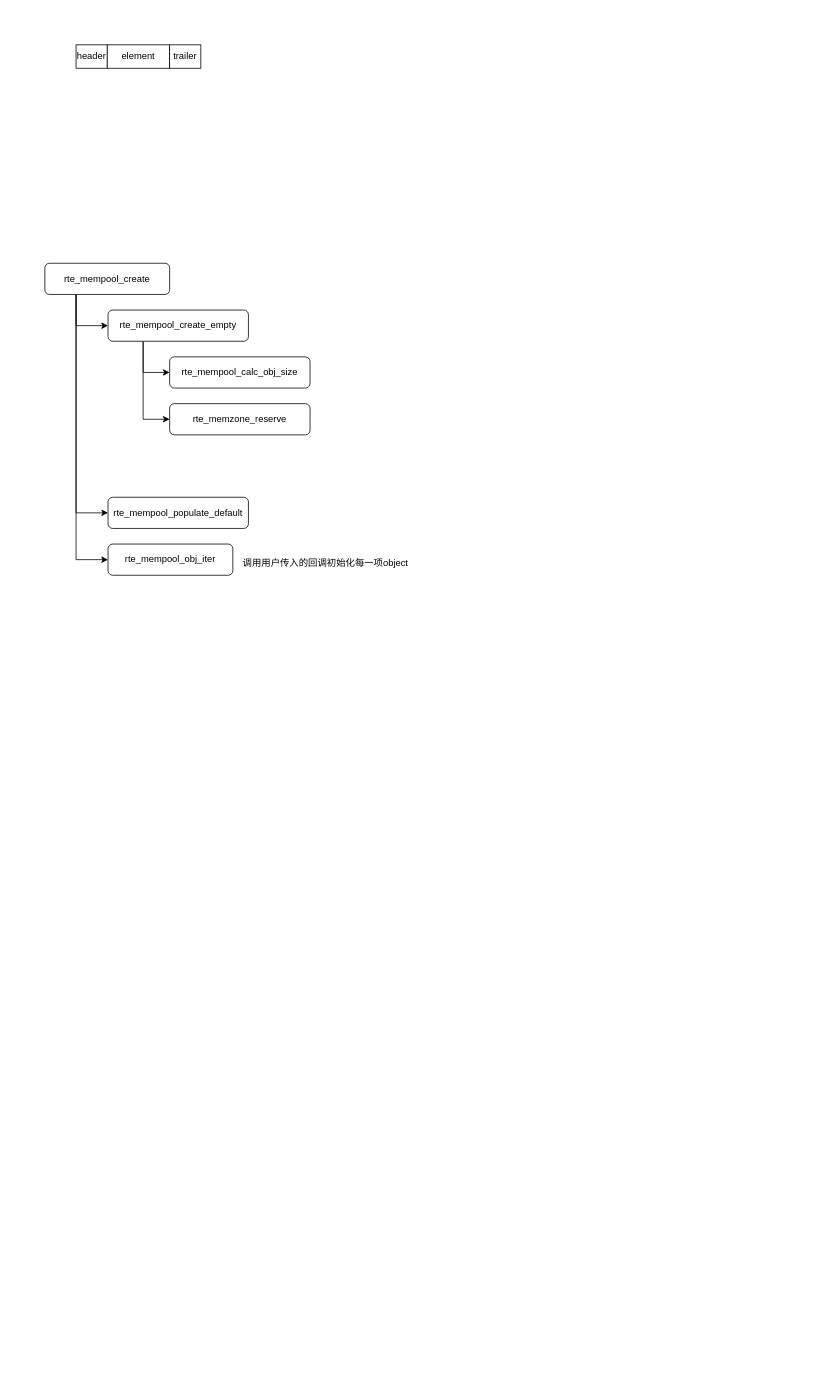
The draw.io diagram page "mempool" (2 of 3) of dpdk.drawio in Aspiresky/draw.io, before the edit. Source tidied: cells renumbered, new cells numbered last; positions are measured from the earlier drawing's top-left corner, leaving out a move shared by most shapes. Both pictures are drawn from the tidied source at 78%, with x=0, y=0 at pixel (44, 44).
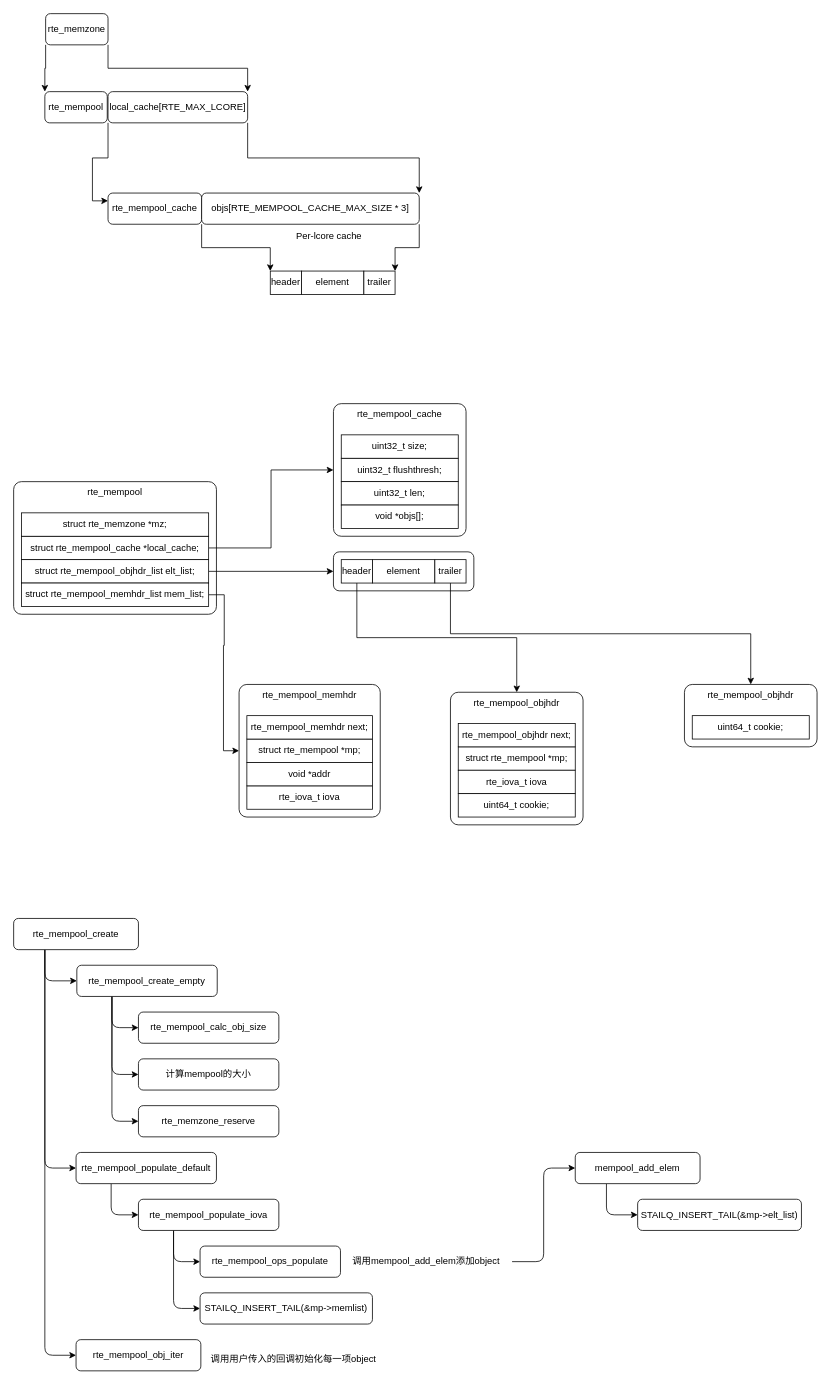
After the change.

Change to the diagram source:
```diff
@@
     <mxCell id="2" value="header" style="rounded=0;whiteSpace=wrap;html=1;" parent="1" vertex="1">
-      <mxGeometry x="40" width="40" height="30" as="geometry" />
+      <mxGeometry x="289" y="290" width="40" height="30" as="geometry" />
     </mxCell>
     <mxCell id="3" value="element" style="rounded=0;whiteSpace=wrap;html=1;" parent="1" vertex="1">
-      <mxGeometry x="80" width="80" height="30" as="geometry" />
+      <mxGeometry x="329" y="290" width="80" height="30" as="geometry" />
     </mxCell>
     <mxCell id="4" value="trailer" style="rounded=0;whiteSpace=wrap;html=1;" parent="1" vertex="1">
-      <mxGeometry x="160" width="40" height="30" as="geometry" />
+      <mxGeometry x="409" y="290" width="40" height="30" as="geometry" />
     </mxCell>
-    <mxCell id="5" style="edgeStyle=orthogonalEdgeStyle;rounded=0;jettySize=auto;html=1;exitX=0.25;exitY=1;exitDx=0;exitDy=0;entryX=0;entryY=0.5;entryDx=0;entryDy=0;" parent="1" edge="1" source="8" target="11">
+    <mxCell id="5" style="edgeStyle=orthogonalEdgeStyle;rounded=1;jettySize=auto;html=1;exitX=0.25;exitY=1;exitDx=0;exitDy=0;entryX=0;entryY=0.5;entryDx=0;entryDy=0;curved=0;" parent="1" edge="1" source="8" target="11">
       <mxGeometry relative="1" as="geometry" />
     </mxCell>
-    <mxCell id="6" style="edgeStyle=orthogonalEdgeStyle;rounded=0;jettySize=auto;html=1;exitX=0.25;exitY=1;exitDx=0;exitDy=0;entryX=0;entryY=0.5;entryDx=0;entryDy=0;" parent="1" edge="1" source="8" target="12">
+    <mxCell id="6" style="edgeStyle=orthogonalEdgeStyle;rounded=1;jettySize=auto;html=1;exitX=0.25;exitY=1;exitDx=0;exitDy=0;entryX=0;entryY=0.5;entryDx=0;entryDy=0;curved=0;" parent="1" edge="1" source="8" target="12">
       <mxGeometry relative="1" as="geometry" />
     </mxCell>
-    <mxCell id="7" style="edgeStyle=orthogonalEdgeStyle;rounded=0;jettySize=auto;html=1;exitX=0.25;exitY=1;exitDx=0;exitDy=0;entryX=0;entryY=0.5;entryDx=0;entryDy=0;" parent="1" edge="1" source="8" target="13">
+    <mxCell id="7" style="edgeStyle=orthogonalEdgeStyle;rounded=1;jettySize=auto;html=1;exitX=0.25;exitY=1;exitDx=0;exitDy=0;entryX=0;entryY=0.5;entryDx=0;entryDy=0;curved=0;" parent="1" edge="1" source="8" target="13">
       <mxGeometry relative="1" as="geometry" />
     </mxCell>
     <mxCell id="8" value="rte_mempool_create" style="rounded=1;whiteSpace=wrap;html=1;" parent="1" vertex="1">
-      <mxGeometry y="280" width="160" height="40" as="geometry" />
+      <mxGeometry x="-40" y="1120" width="160" height="40" as="geometry" />
     </mxCell>
-    <mxCell id="9" style="edgeStyle=orthogonalEdgeStyle;rounded=0;jettySize=auto;html=1;exitX=0.25;exitY=1;exitDx=0;exitDy=0;entryX=0;entryY=0.5;entryDx=0;entryDy=0;" parent="1" edge="1" source="11" target="14">
+    <mxCell id="9" style="edgeStyle=orthogonalEdgeStyle;rounded=1;jettySize=auto;html=1;exitX=0.25;exitY=1;exitDx=0;exitDy=0;entryX=0;entryY=0.5;entryDx=0;entryDy=0;curved=0;" parent="1" edge="1" source="11" target="14">
       <mxGeometry relative="1" as="geometry" />
     </mxCell>
-    <mxCell id="10" style="edgeStyle=orthogonalEdgeStyle;rounded=0;jettySize=auto;html=1;exitX=0.25;exitY=1;exitDx=0;exitDy=0;entryX=0;entryY=0.5;entryDx=0;entryDy=0;" parent="1" edge="1" source="11" target="15">
+    <mxCell id="10" style="edgeStyle=orthogonalEdgeStyle;rounded=1;jettySize=auto;html=1;exitX=0.25;exitY=1;exitDx=0;exitDy=0;entryX=0;entryY=0.5;entryDx=0;entryDy=0;curved=0;" parent="1" edge="1" source="11" target="15">
       <mxGeometry relative="1" as="geometry" />
     </mxCell>
+    <mxCell id="17" style="edgeStyle=orthogonalEdgeStyle;rounded=1;jettySize=auto;html=1;exitX=0.25;exitY=1;exitDx=0;exitDy=0;entryX=0;entryY=0.5;entryDx=0;entryDy=0;curved=0;" parent="1" edge="1" source="11" target="27">
+      <mxGeometry relative="1" as="geometry" />
+    </mxCell>
     <mxCell id="11" value="rte_mempool_create_empty" style="rounded=1;whiteSpace=wrap;html=1;" parent="1" vertex="1">
-      <mxGeometry x="81" y="340" width="180" height="40" as="geometry" />
+      <mxGeometry x="41" y="1180" width="180" height="40" as="geometry" />
     </mxCell>
+    <mxCell id="18" style="edgeStyle=orthogonalEdgeStyle;rounded=1;jettySize=auto;html=1;exitX=0.25;exitY=1;exitDx=0;exitDy=0;entryX=0;entryY=0.5;entryDx=0;entryDy=0;curved=0;" parent="1" edge="1" source="12" target="30">
+      <mxGeometry relative="1" as="geometry" />
+    </mxCell>
     <mxCell id="12" value="rte_mempool_populate_default" style="rounded=1;whiteSpace=wrap;html=1;" parent="1" vertex="1">
-      <mxGeometry x="81" y="580" width="180" height="40" as="geometry" />
+      <mxGeometry x="40" y="1420" width="180" height="40" as="geometry" />
     </mxCell>
     <mxCell id="13" value="rte_mempool_obj_iter" style="rounded=1;whiteSpace=wrap;html=1;" parent="1" vertex="1">
-      <mxGeometry x="81" y="640" width="160" height="40" as="geometry" />
+      <mxGeometry x="40" y="1660" width="160" height="40" as="geometry" />
     </mxCell>
     <mxCell id="14" value="rte_mempool_calc_obj_size" style="rounded=1;whiteSpace=wrap;html=1;" parent="1" vertex="1">
-      <mxGeometry x="160" y="400" width="180" height="40" as="geometry" />
+      <mxGeometry x="120" y="1240" width="180" height="40" as="geometry" />
     </mxCell>
     <mxCell id="15" value="rte_memzone_reserve" style="rounded=1;whiteSpace=wrap;html=1;" parent="1" vertex="1">
-      <mxGeometry x="160" y="460" width="180" height="40" as="geometry" />
+      <mxGeometry x="120" y="1360" width="180" height="40" as="geometry" />
     </mxCell>
     <mxCell id="16" value="调用用户传入的回调初始化每一项object" style="text;html=1;strokeColor=none;fillColor=none;align=center;verticalAlign=middle;whiteSpace=wrap;rounded=0;" parent="1" vertex="1">
-      <mxGeometry x="250" y="650" width="220" height="30" as="geometry" />
+      <mxGeometry x="209" y="1670" width="220" height="30" as="geometry" />
     </mxCell>
+    <mxCell id="19" value="rte_mempool" style="rounded=1;whiteSpace=wrap;html=1;" parent="1" vertex="1">
+      <mxGeometry y="60" width="80" height="40" as="geometry" />
+    </mxCell>
+    <mxCell id="20" style="edgeStyle=orthogonalEdgeStyle;rounded=0;jettySize=auto;html=1;exitX=0;exitY=1;exitDx=0;exitDy=0;entryX=0;entryY=0.25;entryDx=0;entryDy=0;" parent="1" edge="1" source="22" target="24">
+      <mxGeometry relative="1" as="geometry" />
+    </mxCell>
+    <mxCell id="21" style="edgeStyle=orthogonalEdgeStyle;rounded=0;jettySize=auto;html=1;exitX=1;exitY=1;exitDx=0;exitDy=0;entryX=1;entryY=0;entryDx=0;entryDy=0;" parent="1" edge="1" source="22" target="26">
+      <mxGeometry relative="1" as="geometry" />
+    </mxCell>
+    <mxCell id="22" value="local_cache[RTE_MAX_LCORE]" style="rounded=1;whiteSpace=wrap;html=1;" parent="1" vertex="1">
+      <mxGeometry x="81" y="60" width="179" height="40" as="geometry" />
+    </mxCell>
+    <mxCell id="23" style="edgeStyle=orthogonalEdgeStyle;rounded=0;jettySize=auto;html=1;exitX=1;exitY=1;exitDx=0;exitDy=0;entryX=0;entryY=0;entryDx=0;entryDy=0;" parent="1" edge="1" source="24" target="2">
+      <mxGeometry relative="1" as="geometry" />
+    </mxCell>
+    <mxCell id="24" value="rte_mempool_cache" style="rounded=1;whiteSpace=wrap;html=1;" parent="1" vertex="1">
+      <mxGeometry x="81" y="190" width="120" height="40" as="geometry" />
+    </mxCell>
+    <mxCell id="25" style="edgeStyle=orthogonalEdgeStyle;rounded=0;jettySize=auto;html=1;exitX=1;exitY=1;exitDx=0;exitDy=0;entryX=1;entryY=0;entryDx=0;entryDy=0;" parent="1" edge="1" source="26" target="4">
+      <mxGeometry relative="1" as="geometry" />
+    </mxCell>
+    <mxCell id="26" value="objs[RTE_MEMPOOL_CACHE_MAX_SIZE * 3]" style="rounded=1;whiteSpace=wrap;html=1;" parent="1" vertex="1">
+      <mxGeometry x="201" y="190" width="279" height="40" as="geometry" />
+    </mxCell>
+    <mxCell id="27" value="计算mempool的大小" style="rounded=1;whiteSpace=wrap;html=1;" parent="1" vertex="1">
+      <mxGeometry x="120" y="1300" width="180" height="40" as="geometry" />
+    </mxCell>
+    <mxCell id="28" style="edgeStyle=orthogonalEdgeStyle;rounded=1;jettySize=auto;html=1;exitX=0.25;exitY=1;exitDx=0;exitDy=0;entryX=0;entryY=0.5;entryDx=0;entryDy=0;curved=0;" parent="1" edge="1" source="30" target="31">
+      <mxGeometry relative="1" as="geometry" />
+    </mxCell>
+    <mxCell id="29" style="edgeStyle=orthogonalEdgeStyle;rounded=1;jettySize=auto;html=1;exitX=0.25;exitY=1;exitDx=0;exitDy=0;entryX=0;entryY=0.5;entryDx=0;entryDy=0;curved=0;" parent="1" edge="1" source="30" target="37">
+      <mxGeometry relative="1" as="geometry" />
+    </mxCell>
+    <mxCell id="30" value="rte_mempool_populate_iova" style="rounded=1;whiteSpace=wrap;html=1;" parent="1" vertex="1">
+      <mxGeometry x="120" y="1480" width="180" height="40" as="geometry" />
+    </mxCell>
+    <mxCell id="31" value="rte_mempool_ops_populate" style="rounded=1;whiteSpace=wrap;html=1;" parent="1" vertex="1">
+      <mxGeometry x="199" y="1540" width="180" height="40" as="geometry" />
+    </mxCell>
+    <mxCell id="32" style="edgeStyle=orthogonalEdgeStyle;rounded=1;jettySize=auto;html=1;exitX=1;exitY=0.5;exitDx=0;exitDy=0;entryX=0;entryY=0.5;entryDx=0;entryDy=0;curved=0;" parent="1" edge="1" source="33" target="35">
+      <mxGeometry relative="1" as="geometry" />
+    </mxCell>
+    <mxCell id="33" value="调用mempool_add_elem添加object" style="text;html=1;strokeColor=none;fillColor=none;align=center;verticalAlign=middle;whiteSpace=wrap;rounded=0;" parent="1" vertex="1">
+      <mxGeometry x="379" y="1545" width="220" height="30" as="geometry" />
+    </mxCell>
+    <mxCell id="34" style="edgeStyle=orthogonalEdgeStyle;rounded=1;jettySize=auto;html=1;exitX=0.25;exitY=1;exitDx=0;exitDy=0;entryX=0;entryY=0.5;entryDx=0;entryDy=0;curved=0;" parent="1" edge="1" source="35" target="36">
+      <mxGeometry relative="1" as="geometry" />
+    </mxCell>
+    <mxCell id="35" value="mempool_add_elem" style="rounded=1;whiteSpace=wrap;html=1;" parent="1" vertex="1">
+      <mxGeometry x="680" y="1420" width="160" height="40" as="geometry" />
+    </mxCell>
+    <mxCell id="36" value="STAILQ_INSERT_TAIL(&amp;amp;mp-&amp;gt;elt_list)" style="rounded=1;whiteSpace=wrap;html=1;" parent="1" vertex="1">
+      <mxGeometry x="760" y="1480" width="210" height="40" as="geometry" />
+    </mxCell>
+    <mxCell id="37" value="STAILQ_INSERT_TAIL(&amp;amp;mp-&amp;gt;memlist)" style="rounded=1;whiteSpace=wrap;html=1;" parent="1" vertex="1">
+      <mxGeometry x="199" y="1600" width="221" height="40" as="geometry" />
+    </mxCell>
+    <mxCell id="38" value="Per-lcore cache" style="text;html=1;align=center;verticalAlign=middle;strokeColor=none;fillColor=none;" parent="1" vertex="1">
+      <mxGeometry x="309" y="230" width="110" height="30" as="geometry" />
+    </mxCell>
+    <mxCell id="39" value="rte_mempool" style="rounded=1;whiteSpace=wrap;html=1;verticalAlign=top;absoluteArcSize=1;" parent="1" vertex="1">
+      <mxGeometry x="-40" y="560" width="260" height="170" as="geometry" />
+    </mxCell>
+    <mxCell id="40" style="edgeStyle=orthogonalEdgeStyle;rounded=0;jettySize=auto;html=1;exitX=0;exitY=1;exitDx=0;exitDy=0;entryX=0;entryY=0;entryDx=0;entryDy=0;" parent="1" edge="1" source="42" target="19">
+      <mxGeometry relative="1" as="geometry" />
+    </mxCell>
+    <mxCell id="41" style="edgeStyle=orthogonalEdgeStyle;rounded=0;jettySize=auto;html=1;exitX=1;exitY=1;exitDx=0;exitDy=0;entryX=1;entryY=0;entryDx=0;entryDy=0;" parent="1" edge="1" source="42" target="22">
+      <mxGeometry relative="1" as="geometry" />
+    </mxCell>
+    <mxCell id="42" value="rte_memzone" style="rounded=1;whiteSpace=wrap;html=1;" parent="1" vertex="1">
+      <mxGeometry x="1" y="-40" width="80" height="40" as="geometry" />
+    </mxCell>
+    <mxCell id="43" style="edgeStyle=orthogonalEdgeStyle;rounded=0;jettySize=auto;html=1;exitX=1;exitY=0.5;exitDx=0;exitDy=0;entryX=0;entryY=0.5;entryDx=0;entryDy=0;" parent="1" edge="1" source="44" target="50">
+      <mxGeometry relative="1" as="geometry" />
+    </mxCell>
+    <mxCell id="44" value="struct rte_mempool_cache *local_cache;" style="rounded=0;whiteSpace=wrap;html=1;" parent="1" vertex="1">
+      <mxGeometry x="-30" y="630" width="240" height="30" as="geometry" />
+    </mxCell>
+    <mxCell id="45" style="edgeStyle=orthogonalEdgeStyle;rounded=0;jettySize=auto;html=1;exitX=1;exitY=0.5;exitDx=0;exitDy=0;entryX=0;entryY=0.5;entryDx=0;entryDy=0;" parent="1" edge="1" source="46" target="55">
+      <mxGeometry relative="1" as="geometry" />
+    </mxCell>
+    <mxCell id="46" value="struct rte_mempool_objhdr_list elt_list;" style="rounded=0;whiteSpace=wrap;html=1;" parent="1" vertex="1">
+      <mxGeometry x="-30" y="660" width="240" height="30" as="geometry" />
+    </mxCell>
+    <mxCell id="47" style="edgeStyle=orthogonalEdgeStyle;rounded=0;jettySize=auto;html=1;exitX=1;exitY=0.5;exitDx=0;exitDy=0;entryX=0;entryY=0.5;entryDx=0;entryDy=0;" parent="1" edge="1" source="48" target="68">
+      <mxGeometry relative="1" as="geometry" />
+    </mxCell>
+    <mxCell id="48" value="struct rte_mempool_memhdr_list mem_list;" style="rounded=0;whiteSpace=wrap;html=1;" parent="1" vertex="1">
+      <mxGeometry x="-30" y="690" width="240" height="30" as="geometry" />
+    </mxCell>
+    <mxCell id="49" value="struct rte_memzone *mz;" style="rounded=0;whiteSpace=wrap;html=1;" parent="1" vertex="1">
+      <mxGeometry x="-30" y="600" width="240" height="30" as="geometry" />
+    </mxCell>
+    <mxCell id="50" value="rte_mempool_cache" style="rounded=1;whiteSpace=wrap;html=1;verticalAlign=top;absoluteArcSize=1;" parent="1" vertex="1">
+      <mxGeometry x="370" y="460" width="170" height="170" as="geometry" />
+    </mxCell>
+    <mxCell id="51" value="uint32_t flushthresh;" style="rounded=0;whiteSpace=wrap;html=1;" parent="1" vertex="1">
+      <mxGeometry x="380" y="530" width="150" height="30" as="geometry" />
+    </mxCell>
+    <mxCell id="52" value="uint32_t len;" style="rounded=0;whiteSpace=wrap;html=1;" parent="1" vertex="1">
+      <mxGeometry x="380" y="560" width="150" height="30" as="geometry" />
+    </mxCell>
+    <mxCell id="53" value="void *objs[];" style="rounded=0;whiteSpace=wrap;html=1;" parent="1" vertex="1">
+      <mxGeometry x="380" y="590" width="150" height="30" as="geometry" />
+    </mxCell>
+    <mxCell id="54" value="uint32_t size;" style="rounded=0;whiteSpace=wrap;html=1;" parent="1" vertex="1">
+      <mxGeometry x="380" y="500" width="150" height="30" as="geometry" />
+    </mxCell>
+    <mxCell id="55" style="rounded=1;whiteSpace=wrap;html=1;" parent="1" vertex="1">
+      <mxGeometry x="370" y="650" width="180" height="50" as="geometry" />
+    </mxCell>
+    <mxCell id="56" style="edgeStyle=orthogonalEdgeStyle;rounded=0;jettySize=auto;html=1;exitX=0.5;exitY=1;exitDx=0;exitDy=0;entryX=0.5;entryY=0;entryDx=0;entryDy=0;" parent="1" edge="1" source="57" target="61">
+      <mxGeometry relative="1" as="geometry" />
+    </mxCell>
+    <mxCell id="57" value="header" style="rounded=0;whiteSpace=wrap;html=1;" parent="1" vertex="1">
+      <mxGeometry x="380" y="660" width="40" height="30" as="geometry" />
+    </mxCell>
+    <mxCell id="58" value="element" style="rounded=0;whiteSpace=wrap;html=1;" parent="1" vertex="1">
+      <mxGeometry x="420" y="660" width="80" height="30" as="geometry" />
+    </mxCell>
+    <mxCell id="59" style="edgeStyle=orthogonalEdgeStyle;rounded=0;jettySize=auto;html=1;exitX=0.5;exitY=1;exitDx=0;exitDy=0;entryX=0.5;entryY=0;entryDx=0;entryDy=0;" parent="1" edge="1" source="60" target="66">
+      <mxGeometry relative="1" as="geometry" />
+    </mxCell>
+    <mxCell id="60" value="trailer" style="rounded=0;whiteSpace=wrap;html=1;" parent="1" vertex="1">
+      <mxGeometry x="500" y="660" width="40" height="30" as="geometry" />
+    </mxCell>
+    <mxCell id="61" value="rte_mempool_objhdr" style="rounded=1;whiteSpace=wrap;html=1;verticalAlign=top;absoluteArcSize=1;" parent="1" vertex="1">
+      <mxGeometry x="520" y="830" width="170" height="170" as="geometry" />
+    </mxCell>
+    <mxCell id="62" value="struct rte_mempool *mp;" style="rounded=0;whiteSpace=wrap;html=1;" parent="1" vertex="1">
+      <mxGeometry x="530" y="900" width="150" height="30" as="geometry" />
+    </mxCell>
+    <mxCell id="63" value="rte_iova_t iova" style="rounded=0;whiteSpace=wrap;html=1;" parent="1" vertex="1">
+      <mxGeometry x="530" y="930" width="150" height="30" as="geometry" />
+    </mxCell>
+    <mxCell id="64" value="uint64_t cookie;" style="rounded=0;whiteSpace=wrap;html=1;" parent="1" vertex="1">
+      <mxGeometry x="530" y="960" width="150" height="30" as="geometry" />
+    </mxCell>
+    <mxCell id="65" value="rte_mempool_objhdr next;" style="rounded=0;whiteSpace=wrap;html=1;" parent="1" vertex="1">
+      <mxGeometry x="530" y="870" width="150" height="30" as="geometry" />
+    </mxCell>
+    <mxCell id="66" value="rte_mempool_objhdr" style="rounded=1;whiteSpace=wrap;html=1;verticalAlign=top;absoluteArcSize=1;" parent="1" vertex="1">
+      <mxGeometry x="820" y="820" width="170" height="80" as="geometry" />
+    </mxCell>
+    <mxCell id="67" value="uint64_t cookie;" style="rounded=0;whiteSpace=wrap;html=1;" parent="1" vertex="1">
+      <mxGeometry x="830" y="860" width="150" height="30" as="geometry" />
+    </mxCell>
+    <mxCell id="68" value="rte_mempool_memhdr" style="rounded=1;whiteSpace=wrap;html=1;verticalAlign=top;absoluteArcSize=1;" parent="1" vertex="1">
+      <mxGeometry x="249" y="820" width="181" height="170" as="geometry" />
+    </mxCell>
+    <mxCell id="69" value="struct rte_mempool *mp;" style="rounded=0;whiteSpace=wrap;html=1;" parent="1" vertex="1">
+      <mxGeometry x="259" y="890" width="161" height="30" as="geometry" />
+    </mxCell>
+    <mxCell id="70" value="rte_iova_t iova" style="rounded=0;whiteSpace=wrap;html=1;" parent="1" vertex="1">
+      <mxGeometry x="259" y="950" width="161" height="30" as="geometry" />
+    </mxCell>
+    <mxCell id="71" value="void *addr" style="rounded=0;whiteSpace=wrap;html=1;" parent="1" vertex="1">
+      <mxGeometry x="259" y="920" width="161" height="30" as="geometry" />
+    </mxCell>
+    <mxCell id="72" value="rte_mempool_memhdr next;" style="rounded=0;whiteSpace=wrap;html=1;" parent="1" vertex="1">
+      <mxGeometry x="259" y="860" width="161" height="30" as="geometry" />
+    </mxCell>
```
